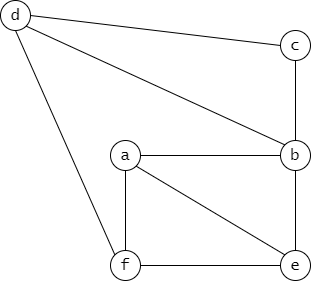
The draw.io diagram img/graph02.png in vssGithub/Notes, before a commit. Source tidied: cells renumbered, new cells last; positions are measured from the earlier drawing's top-left corner, leaving out a move shared by most shapes. Source of this version:
```xml
<mxGraphModel>
  <root>
    <mxCell id="0" />
    <mxCell id="1" parent="0" />
    <mxCell id="2" style="endArrow=none;html=1;fontFamily=Lucida Console;fontSize=16;exitX=1;exitY=0.5;exitDx=0;exitDy=0;entryX=0;entryY=0.5;entryDx=0;entryDy=0;" parent="1" edge="1" source="3" target="4">
      <mxGeometry relative="1" as="geometry" />
    </mxCell>
    <mxCell id="3" value="a" style="ellipse;whiteSpace=wrap;html=1;fontFamily=Lucida Console;fontSize=16;" parent="1" vertex="1">
      <mxGeometry x="110" y="140" width="30" height="30" as="geometry" />
    </mxCell>
    <mxCell id="4" value="b" style="ellipse;whiteSpace=wrap;html=1;fontFamily=Lucida Console;fontSize=16;" parent="1" vertex="1">
      <mxGeometry x="280" y="140" width="30" height="30" as="geometry" />
    </mxCell>
    <mxCell id="5" value="f" style="ellipse;whiteSpace=wrap;html=1;fontFamily=Lucida Console;fontSize=16;" parent="1" vertex="1">
      <mxGeometry x="110" y="250" width="30" height="30" as="geometry" />
    </mxCell>
    <mxCell id="6" value="e" style="ellipse;whiteSpace=wrap;html=1;fontFamily=Lucida Console;fontSize=16;" parent="1" vertex="1">
      <mxGeometry x="280" y="250" width="30" height="30" as="geometry" />
    </mxCell>
    <mxCell id="7" style="endArrow=none;html=1;strokeColor=#000000;fontFamily=Lucida Console;fontSize=16;exitX=0.5;exitY=1;exitDx=0;exitDy=0;entryX=0.5;entryY=0;entryDx=0;entryDy=0;" parent="1" edge="1" source="3" target="5">
      <mxGeometry relative="1" as="geometry" />
    </mxCell>
    <mxCell id="8" style="endArrow=none;html=1;strokeColor=#000000;fontFamily=Lucida Console;fontSize=16;exitX=1;exitY=0.5;exitDx=0;exitDy=0;entryX=0;entryY=0.5;entryDx=0;entryDy=0;" parent="1" edge="1" source="5" target="6">
      <mxGeometry relative="1" as="geometry" />
    </mxCell>
    <mxCell id="9" style="endArrow=none;html=1;strokeColor=#000000;fontFamily=Lucida Console;fontSize=16;entryX=0.5;entryY=1;entryDx=0;entryDy=0;exitX=0.5;exitY=0;exitDx=0;exitDy=0;" parent="1" edge="1" source="6" target="4">
      <mxGeometry relative="1" as="geometry" />
    </mxCell>
    <mxCell id="10" value="d" style="ellipse;whiteSpace=wrap;html=1;fontFamily=Lucida Console;fontSize=16;" parent="1" vertex="1">
      <mxGeometry width="30" height="30" as="geometry" />
    </mxCell>
    <mxCell id="11" value="c" style="ellipse;whiteSpace=wrap;html=1;fontFamily=Lucida Console;fontSize=16;" parent="1" vertex="1">
      <mxGeometry x="280" y="30" width="30" height="30" as="geometry" />
    </mxCell>
    <mxCell id="12" style="endArrow=none;html=1;strokeColor=#000000;fontFamily=Lucida Console;fontSize=16;entryX=0.5;entryY=1;entryDx=0;entryDy=0;exitX=0.5;exitY=0;exitDx=0;exitDy=0;" parent="1" edge="1" source="4" target="11">
      <mxGeometry relative="1" as="geometry" />
    </mxCell>
    <mxCell id="13" style="endArrow=none;html=1;strokeColor=#000000;fontFamily=Lucida Console;fontSize=16;exitX=1;exitY=1;exitDx=0;exitDy=0;entryX=0;entryY=0;entryDx=0;entryDy=0;" parent="1" edge="1" source="10" target="4">
      <mxGeometry relative="1" as="geometry" />
    </mxCell>
    <mxCell id="14" style="endArrow=none;html=1;strokeColor=#000000;fontFamily=Lucida Console;fontSize=16;entryX=0;entryY=0.5;entryDx=0;entryDy=0;exitX=1;exitY=0.5;exitDx=0;exitDy=0;" parent="1" edge="1" source="10" target="11">
      <mxGeometry relative="1" as="geometry" />
    </mxCell>
    <mxCell id="15" style="endArrow=none;html=1;strokeColor=#000000;fontFamily=Lucida Console;fontSize=16;entryX=0.5;entryY=1;entryDx=0;entryDy=0;exitX=0;exitY=0;exitDx=0;exitDy=0;" parent="1" edge="1" source="5" target="10">
      <mxGeometry relative="1" as="geometry" />
    </mxCell>
    <mxCell id="16" style="endArrow=none;html=1;strokeColor=#000000;fontFamily=Lucida Console;fontSize=16;exitX=1;exitY=1;exitDx=0;exitDy=0;entryX=0;entryY=0;entryDx=0;entryDy=0;" parent="1" edge="1" source="3" target="6">
      <mxGeometry relative="1" as="geometry" />
    </mxCell>
  </root>
</mxGraphModel>
```
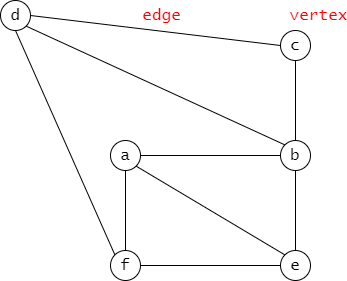
The same diagram one commit later.

Change to the diagram source:
```diff
@@ -41,11 +41,21 @@
     <mxCell id="14" style="endArrow=none;html=1;strokeColor=#000000;fontFamily=Lucida Console;fontSize=16;entryX=0;entryY=0.5;entryDx=0;entryDy=0;exitX=1;exitY=0.5;exitDx=0;exitDy=0;" parent="1" edge="1" source="10" target="11">
       <mxGeometry relative="1" as="geometry" />
     </mxCell>
+    <mxCell id="17" value="edge" style="edgeLabel;html=1;align=center;verticalAlign=middle;fontSize=16;fontFamily=Lucida Console;fontColor=#FF0000;" parent="14" vertex="1">
+      <mxGeometry x="0.22" y="3" relative="1" as="geometry">
+        <mxPoint x="-23.3" y="-15.4" as="offset" />
+      </mxGeometry>
+    </mxCell>
     <mxCell id="15" style="endArrow=none;html=1;strokeColor=#000000;fontFamily=Lucida Console;fontSize=16;entryX=0.5;entryY=1;entryDx=0;entryDy=0;exitX=0;exitY=0;exitDx=0;exitDy=0;" parent="1" edge="1" source="5" target="10">
       <mxGeometry relative="1" as="geometry" />
     </mxCell>
     <mxCell id="16" style="endArrow=none;html=1;strokeColor=#000000;fontFamily=Lucida Console;fontSize=16;exitX=1;exitY=1;exitDx=0;exitDy=0;entryX=0;entryY=0;entryDx=0;entryDy=0;" parent="1" edge="1" source="3" target="6">
       <mxGeometry relative="1" as="geometry" />
     </mxCell>
+    <mxCell id="18" value="vertex" style="edgeLabel;html=1;align=center;verticalAlign=middle;fontSize=16;fontFamily=Lucida Console;fontColor=#FF0000;" parent="1" vertex="1">
+      <mxGeometry x="250" y="20" as="geometry">
+        <mxPoint x="67" y="-5" as="offset" />
+      </mxGeometry>
+    </mxCell>
   </root>
 </mxGraphModel>
```
